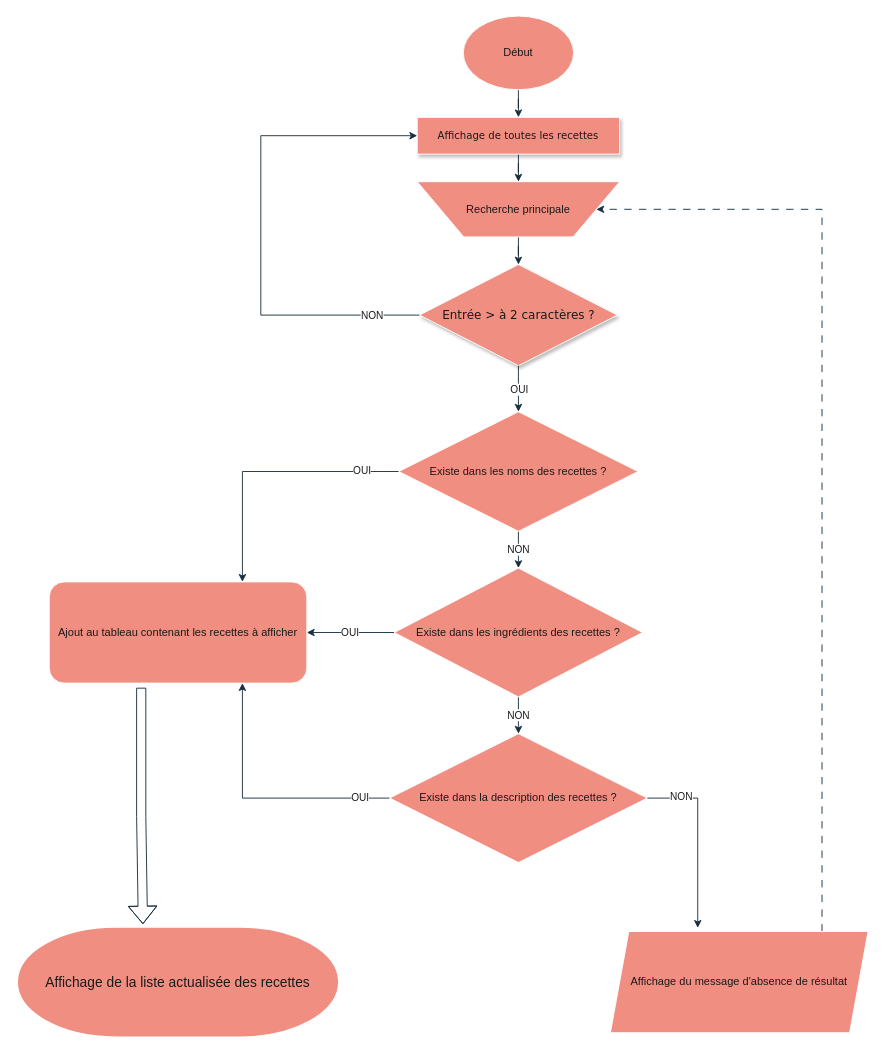
JaRoD41/Les_Petits_Plats keeps this draw.io diagram as scripts/Diagramme sans nom.drawio. Above is the earlier version. Source tidied: cells renumbered, new cells numbered last; positions are measured from the earlier drawing's top-left corner, leaving out a move shared by most shapes. Both pictures are drawn from the tidied source at 92%, with x=0, y=0 at pixel (17, 16).
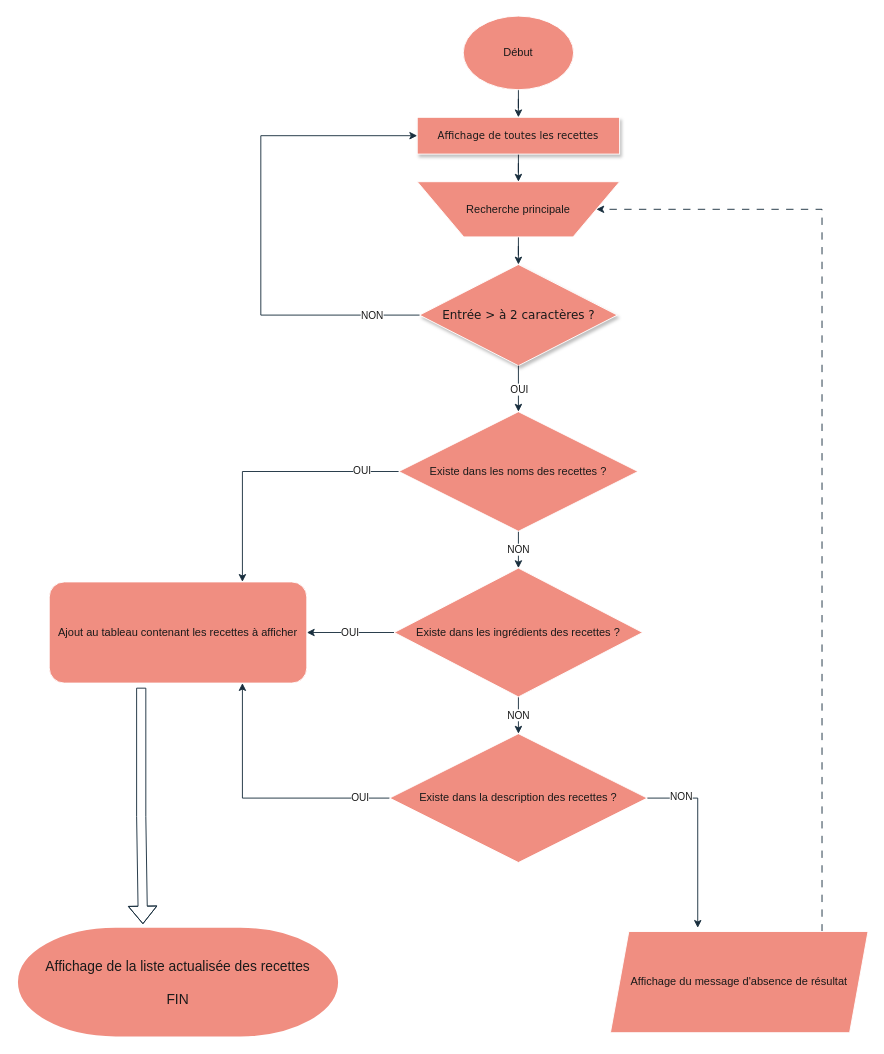
Above is the later version.

Commit message:
Mettre à jour Diagramme sans nom.drawio

What changed in the source:
```diff
@@
-    <mxCell id="28" value="&lt;font style=&quot;font-size: 15px;&quot;&gt;Affichage de la liste actualisée des recettes&lt;/font&gt;" style="strokeWidth=2;html=1;shape=mxgraph.flowchart.terminator;whiteSpace=wrap;strokeColor=#FFFFFF;fontColor=#1A1A1A;fillColor=#F08E81;" parent="1" vertex="1">
+    <mxCell id="28" value="&lt;font style=&quot;font-size: 15px;&quot;&gt;Affichage de la liste actualisée des recettes&lt;br&gt;&lt;br&gt;FIN&lt;br&gt;&lt;/font&gt;" style="strokeWidth=2;html=1;shape=mxgraph.flowchart.terminator;whiteSpace=wrap;strokeColor=#FFFFFF;fontColor=#1A1A1A;fillColor=#F08E81;" parent="1" vertex="1">
       <mxGeometry y="990" width="350" height="120" as="geometry" />
     </mxCell>
```
